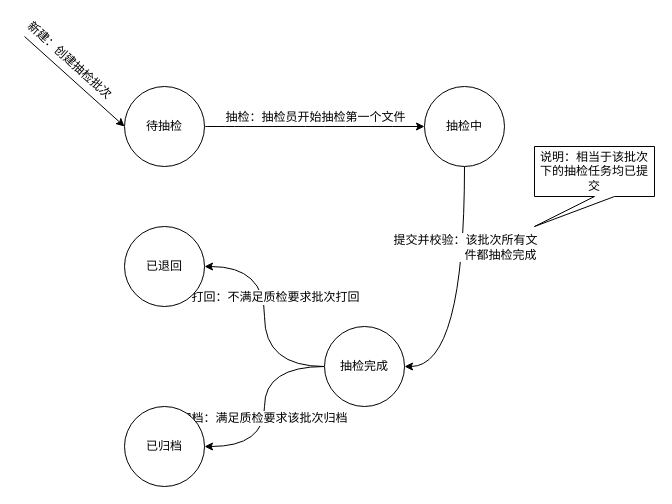
Before: 抽检批次状态图.drawio in gumuqi/draw.io, a draw.io diagram. Source tidied: cells renumbered, new cells numbered last; positions are measured from the earlier drawing's top-left corner, leaving out a move shared by most shapes. Both pictures are drawn from the tidied source at 100%, with x=0, y=0 at pixel (24, 36).
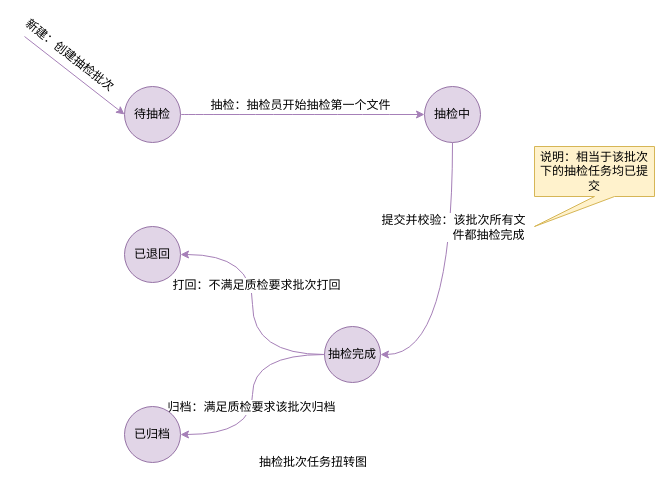
Above is the later version.

Commit message (it also covers changes not shown here):
更新抽检批次状态图.drawio

What changed in the source:
```diff
@@
-    <mxCell id="2" style="edgeStyle=orthogonalEdgeStyle;curved=1;rounded=0;jettySize=auto;html=1;entryX=0;entryY=0.5;entryDx=0;entryDy=0;" parent="1" edge="1" source="4" target="7">
+    <mxCell id="2" style="edgeStyle=orthogonalEdgeStyle;curved=1;rounded=0;jettySize=auto;html=1;entryX=0;entryY=0.5;entryDx=0;entryDy=0;strokeColor=#A680B8;" parent="1" edge="1" source="4" target="7">
       <mxGeometry relative="1" as="geometry" />
     </mxCell>
@@
-    <mxCell id="4" value="待抽检" style="ellipse;whiteSpace=wrap;html=1;" parent="1" vertex="1">
-      <mxGeometry x="100" y="50" width="80" height="80" as="geometry" />
+    <mxCell id="4" value="待抽检" style="ellipse;whiteSpace=wrap;html=1;fillColor=#e1d5e7;strokeColor=#9673a6;" parent="1" vertex="1">
+      <mxGeometry x="100" y="50" width="56" height="56" as="geometry" />
     </mxCell>
-    <mxCell id="5" style="edgeStyle=orthogonalEdgeStyle;curved=1;rounded=0;jettySize=auto;html=1;entryX=1;entryY=0.5;entryDx=0;entryDy=0;exitX=0.5;exitY=1;exitDx=0;exitDy=0;" parent="1" edge="1" source="7" target="12">
+    <mxCell id="5" style="edgeStyle=orthogonalEdgeStyle;curved=1;rounded=0;jettySize=auto;html=1;entryX=1;entryY=0.5;entryDx=0;entryDy=0;exitX=0.5;exitY=1;exitDx=0;exitDy=0;strokeColor=#A680B8;" parent="1" edge="1" source="7" target="12">
       <mxGeometry relative="1" as="geometry" />
     </mxCell>
@@
-    <mxCell id="7" value="抽检中" style="ellipse;whiteSpace=wrap;html=1;" parent="1" vertex="1">
-      <mxGeometry x="400" y="50" width="80" height="80" as="geometry" />
+    <mxCell id="7" value="抽检中" style="ellipse;whiteSpace=wrap;html=1;fillColor=#e1d5e7;strokeColor=#9673a6;" parent="1" vertex="1">
+      <mxGeometry x="400" y="50" width="56" height="56" as="geometry" />
     </mxCell>
-    <mxCell id="8" style="edgeStyle=orthogonalEdgeStyle;curved=1;rounded=0;jettySize=auto;html=1;entryX=1;entryY=0.5;entryDx=0;entryDy=0;" parent="1" edge="1" source="12" target="13">
+    <mxCell id="8" style="edgeStyle=orthogonalEdgeStyle;curved=1;rounded=0;jettySize=auto;html=1;entryX=1;entryY=0.5;entryDx=0;entryDy=0;strokeColor=#A680B8;" parent="1" edge="1" source="12" target="13">
       <mxGeometry relative="1" as="geometry" />
     </mxCell>
@@
-    <mxCell id="10" style="edgeStyle=orthogonalEdgeStyle;curved=1;rounded=0;jettySize=auto;html=1;exitX=0;exitY=0.5;exitDx=0;exitDy=0;entryX=1;entryY=0.5;entryDx=0;entryDy=0;" parent="1" edge="1" source="12" target="14">
+    <mxCell id="10" style="edgeStyle=orthogonalEdgeStyle;curved=1;rounded=0;jettySize=auto;html=1;exitX=0;exitY=0.5;exitDx=0;exitDy=0;entryX=1;entryY=0.5;entryDx=0;entryDy=0;strokeColor=#A680B8;" parent="1" edge="1" source="12" target="14">
       <mxGeometry relative="1" as="geometry" />
     </mxCell>
@@
-    <mxCell id="12" value="抽检完成" style="ellipse;whiteSpace=wrap;html=1;" parent="1" vertex="1">
-      <mxGeometry x="300" y="290" width="80" height="80" as="geometry" />
+    <mxCell id="12" value="抽检完成" style="ellipse;whiteSpace=wrap;html=1;fillColor=#e1d5e7;strokeColor=#9673a6;" parent="1" vertex="1">
+      <mxGeometry x="300" y="290" width="56" height="56" as="geometry" />
     </mxCell>
-    <mxCell id="13" value="已退回" style="ellipse;whiteSpace=wrap;html=1;" parent="1" vertex="1">
-      <mxGeometry x="100" y="190" width="80" height="80" as="geometry" />
+    <mxCell id="13" value="已退回" style="ellipse;whiteSpace=wrap;html=1;fillColor=#e1d5e7;strokeColor=#9673a6;" parent="1" vertex="1">
+      <mxGeometry x="100" y="190" width="56" height="56" as="geometry" />
     </mxCell>
-    <mxCell id="14" value="已归档" style="ellipse;whiteSpace=wrap;html=1;" parent="1" vertex="1">
-      <mxGeometry x="100" y="370" width="80" height="80" as="geometry" />
+    <mxCell id="14" value="已归档" style="ellipse;whiteSpace=wrap;html=1;fillColor=#e1d5e7;strokeColor=#9673a6;" parent="1" vertex="1">
+      <mxGeometry x="100" y="370" width="56" height="56" as="geometry" />
     </mxCell>
-    <mxCell id="15" style="endArrow=classic;html=1;entryX=0;entryY=0.5;entryDx=0;entryDy=0;" parent="1" edge="1" target="4">
+    <mxCell id="15" style="endArrow=classic;html=1;entryX=0;entryY=0.5;entryDx=0;entryDy=0;strokeColor=#A680B8;" parent="1" edge="1" target="4">
       <mxGeometry relative="1" as="geometry">
         <mxPoint as="sourcePoint" />
       </mxGeometry>
     </mxCell>
-    <mxCell id="16" value="新建：创建抽检批次" style="text;html=1;align=center;verticalAlign=middle;labelBackgroundColor=#ffffff;rotation=42;" parent="15" vertex="1">
+    <mxCell id="16" value="新建：创建抽检批次" style="text;html=1;align=center;verticalAlign=middle;labelBackgroundColor=#ffffff;rotation=38;" parent="15" vertex="1">
       <mxGeometry x="-0.19" y="1" relative="1" as="geometry">
         <mxPoint x="4.5" y="-12" as="offset" />
       </mxGeometry>
     </mxCell>
-    <mxCell id="17" value="说明：相当于该批次下的抽检任务均已提交" style="shape=callout;whiteSpace=wrap;html=1;perimeter=calloutPerimeter;position2=0;" parent="1" vertex="1">
+    <mxCell id="17" value="说明：相当于该批次下的抽检任务均已提交" style="shape=callout;whiteSpace=wrap;html=1;perimeter=calloutPerimeter;position2=0;fillColor=#fff2cc;strokeColor=#d6b656;" parent="1" vertex="1">
       <mxGeometry x="510" y="110" width="120" height="80" as="geometry" />
     </mxCell>
+    <mxCell id="18" value="抽检批次任务扭转图" style="text;html=1;strokeColor=none;fillColor=none;align=center;verticalAlign=middle;whiteSpace=wrap;rounded=0;" parent="1" vertex="1">
+      <mxGeometry x="224" y="416" width="130" height="20" as="geometry" />
+    </mxCell>
```
